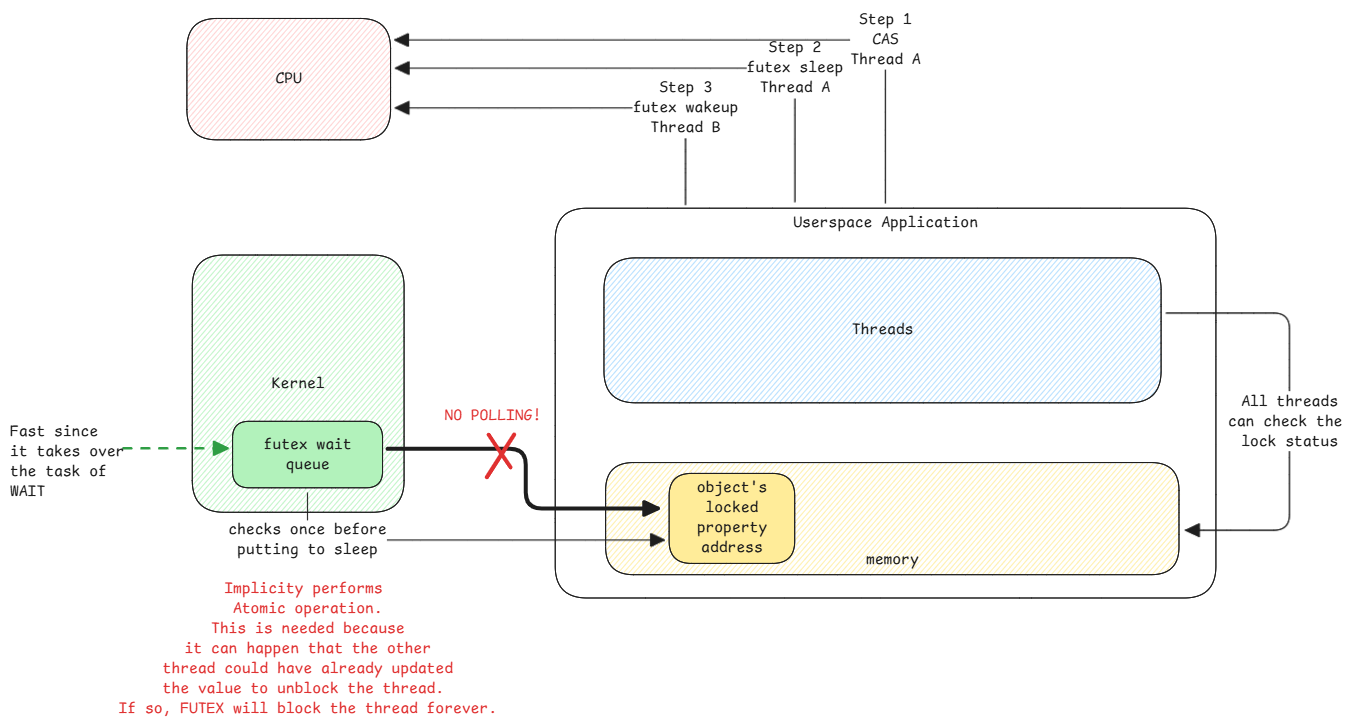
swaroopar/inprogress-engineer keeps this Excalidraw diagram as static/img/computers-threads-futex.excalidraw.png. Above is the earlier version. Source tidied: one line per element, renumbered; positions are measured from the earlier drawing's top-left corner, leaving out a move shared by most shapes.
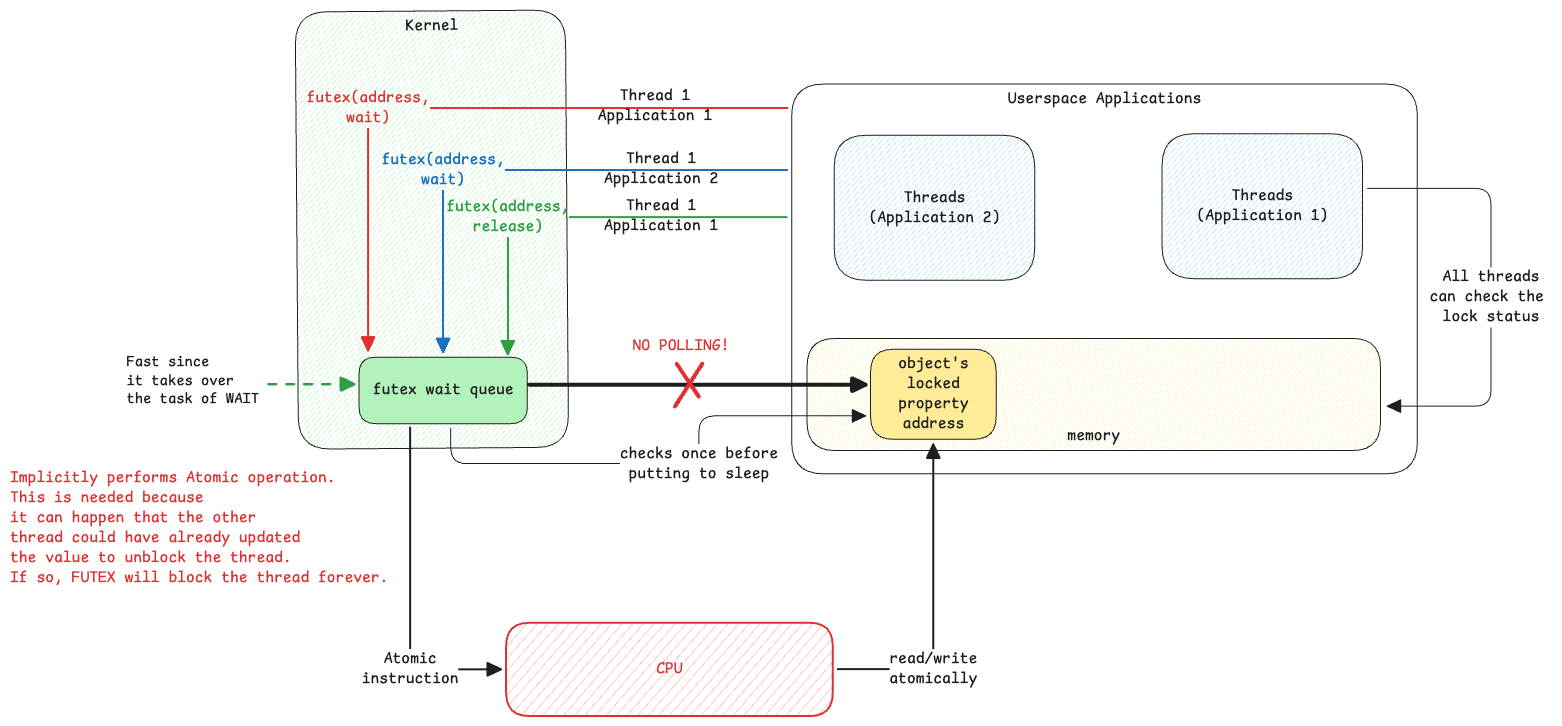
Above is the later version.

Diff of the diagram source:
```diff
@@ -1,31 +1,40 @@
-{"id": 0, "type": "rectangle", "strokeColor": "#1e1e1e", "strokeWidth": 1, "roughness": 0, "round": true, "x": 545, "y": 198, "width": 661, "height": 390}
+{"id": 0, "type": "rectangle", "strokeColor": "#1e1e1e", "strokeWidth": 1, "roughness": 0, "round": true, "x": 580, "y": 198, "width": 626, "height": 390}
-{"id": 1, "type": "text", "text": "Userspace Application", "strokeColor": "#1e1e1e", "strokeWidth": 1, "roughness": 0, "fontSize": 16, "fontFamily": 8, "textAlign": "center", "inside": 0, "x": 783, "y": 203, "width": 185, "height": 20}
+{"id": 1, "type": "text", "text": "Userspace Applications", "strokeColor": "#1e1e1e", "strokeWidth": 1, "roughness": 0, "fontSize": 16, "fontFamily": 8, "textAlign": "center", "inside": 0, "x": 796, "y": 203, "width": 194, "height": 20}
 {"id": 2, "type": "rectangle", "strokeColor": "#1e1e1e", "backgroundColor": "#ffec99", "fillStyle": "hachure", "strokeWidth": 1, "roughness": 0, "round": true, "x": 596, "y": 453, "width": 573, "height": 112}
 {"id": 3, "type": "text", "text": "memory", "strokeColor": "#1e1e1e", "strokeWidth": 1, "roughness": 0, "fontSize": 16, "fontFamily": 8, "textAlign": "center", "verticalAlign": "bottom", "inside": 2, "x": 856, "y": 540, "width": 53, "height": 20}
-{"id": 4, "type": "rectangle", "strokeColor": "#1e1e1e", "backgroundColor": "#b2f2bb", "fillStyle": "hachure", "strokeWidth": 1, "roughness": 0, "round": true, "x": 182, "y": 245, "width": 212, "height": 257}
+{"id": 4, "type": "rectangle", "strokeColor": "#1e1e1e", "angle": 6.28, "backgroundColor": "#b2f2bb", "fillStyle": "hachure", "strokeWidth": 1, "roughness": 0, "round": true, "x": 85, "y": 125, "width": 270, "height": 437}
-{"id": 5, "type": "text", "text": "Kernel", "strokeColor": "#1e1e1e", "strokeWidth": 1, "roughness": 0, "fontSize": 16, "fontFamily": 8, "textAlign": "center", "verticalAlign": "middle", "inside": 4, "x": 262, "y": 364, "width": 53, "height": 20}
+{"id": 5, "type": "text", "text": "Kernel", "strokeColor": "#1e1e1e", "angle": 6.28, "strokeWidth": 1, "roughness": 0, "fontSize": 16, "fontFamily": 8, "textAlign": "center", "inside": 4, "x": 194, "y": 130, "width": 53, "height": 20}
-{"id": 6, "type": "arrow", "strokeColor": "#1e1e1e", "strokeWidth": 1, "roughness": 0, "endArrowhead": "triangle", "from": 0, "to": 14, "x": 785, "y": 192, "width": 399, "height": 134, "points": [[0, 0], [0, -134], [-399, -134]]}
-{"id": 7, "type": "text", "text": "Step 2\nfutex sleep\nThread A", "strokeColor": "#1e1e1e", "strokeWidth": 1, "roughness": 0, "fontSize": 16, "fontFamily": 8, "textAlign": "center", "verticalAlign": "middle", "inside": 6, "x": 737, "y": 28, "width": 97, "height": 60}
-{"id": 8, "type": "rectangle", "strokeColor": "#1e1e1e", "backgroundColor": "#b2f2bb", "fillStyle": "solid", "strokeWidth": 1, "roughness": 0, "round": true, "x": 223, "y": 411, "width": 150, "height": 66}
+{"id": 8, "type": "rectangle", "strokeColor": "#1e1e1e", "backgroundColor": "#b2f2bb", "fillStyle": "solid", "strokeWidth": 1, "roughness": 0, "round": true, "x": 148, "y": 471, "width": 168, "height": 66}
-{"id": 9, "type": "text", "text": "futex wait\nqueue", "strokeColor": "#1e1e1e", "strokeWidth": 1, "roughness": 0, "fontSize": 16, "fontFamily": 8, "textAlign": "center", "verticalAlign": "middle", "inside": 8, "x": 254, "y": 425, "width": 88, "height": 40}
+{"id": 9, "type": "text", "text": "futex wait queue", "strokeColor": "#1e1e1e", "strokeWidth": 1, "roughness": 0, "fontSize": 16, "fontFamily": 8, "textAlign": "center", "verticalAlign": "middle", "inside": 8, "x": 161, "y": 495, "width": 141, "height": 20}
-{"id": 10, "type": "arrow", "strokeColor": "#1e1e1e", "strokeWidth": 1, "roughness": 0, "endArrowhead": "triangle", "from": 8, "to": 12, "x": 297, "y": 483, "width": 357, "height": 47, "points": [[0, 0], [0, 47], [357, 47]]}
+{"id": 10, "type": "arrow", "strokeColor": "#1e1e1e", "strokeWidth": 1, "roughness": 0, "endArrowhead": "triangle", "from": 8, "to": 12, "x": 239, "y": 543, "width": 415, "height": 48, "points": [[0, 0], [0, 35], [248, 35], [248, -13], [415, -13]]}
 {"id": 11, "type": "text", "text": "checks once before\nputting to sleep", "strokeColor": "#1e1e1e", "strokeWidth": 1, "roughness": 0, "fontSize": 16, "fontFamily": 8, "textAlign": "center", "verticalAlign": "middle", "inside": 10, "x": 218, "y": 510, "width": 158, "height": 40}
 {"id": 12, "type": "rectangle", "strokeColor": "#1e1e1e", "backgroundColor": "#ffec99", "fillStyle": "solid", "strokeWidth": 1, "roughness": 0, "round": true, "x": 659, "y": 463, "width": 126, "height": 90}
 {"id": 13, "type": "text", "text": "object's\nlocked\nproperty\naddress", "strokeColor": "#1e1e1e", "strokeWidth": 1, "roughness": 0, "fontSize": 16, "fontFamily": 8, "textAlign": "center", "verticalAlign": "middle", "inside": 12, "x": 687, "y": 468, "width": 70, "height": 80}
-{"id": 14, "type": "rectangle", "strokeColor": "#1e1e1e", "backgroundColor": "#ffc9c9", "fillStyle": "hachure", "strokeWidth": 1, "roughness": 0, "round": true, "x": 177, "y": 8, "width": 204, "height": 121}
-{"id": 15, "type": "text", "text": "CPU", "strokeColor": "#1e1e1e", "backgroundColor": "#ffc9c9", "fillStyle": "cross-hatch", "strokeWidth": 1, "roughness": 0, "fontSize": 16, "fontFamily": 8, "textAlign": "center", "verticalAlign": "middle", "inside": 14, "x": 266, "y": 59, "width": 26, "height": 20}
-{"id": 16, "type": "arrow", "strokeColor": "#1e1e1e", "strokeWidth": 1, "roughness": 0, "endArrowhead": "triangle", "from": 0, "to": 14, "x": 875, "y": 193, "width": 491, "height": 163, "points": [[0, 0], [0, -163], [-491, -163]]}
-{"id": 17, "type": "text", "text": "Step 1\nCAS\nThread A", "strokeColor": "#1e1e1e", "strokeWidth": 1, "roughness": 0, "fontSize": 16, "fontFamily": 8, "textAlign": "center", "verticalAlign": "middle", "inside": 16, "x": 840, "y": 0, "width": 70, "height": 60}
-{"id": 18, "type": "rectangle", "strokeColor": "#1e1e1e", "backgroundColor": "#a5d8ff", "fillStyle": "hachure", "strokeWidth": 1, "roughness": 0, "round": true, "x": 594, "y": 248, "width": 557, "height": 145}
+{"id": 18, "type": "rectangle", "strokeColor": "#1e1e1e", "backgroundColor": "#a5d8ff", "fillStyle": "hachure", "strokeWidth": 1, "roughness": 0, "round": true, "x": 951, "y": 248, "width": 200, "height": 145}
-{"id": 19, "type": "text", "text": "Threads", "strokeColor": "#1e1e1e", "backgroundColor": "#a5d8ff", "fillStyle": "hachure", "strokeWidth": 1, "roughness": 0, "fontSize": 16, "fontFamily": 8, "textAlign": "center", "verticalAlign": "middle", "inside": 18, "x": 842, "y": 310, "width": 62, "height": 20}
+{"id": 19, "type": "text", "text": "Threads\n(Application 1)", "strokeColor": "#1e1e1e", "backgroundColor": "#a5d8ff", "fillStyle": "hachure", "strokeWidth": 1, "roughness": 0, "fontSize": 16, "fontFamily": 8, "textAlign": "center", "verticalAlign": "middle", "inside": 18, "x": 985, "y": 300, "width": 132, "height": 40}
-{"id": 20, "type": "arrow", "strokeColor": "#1e1e1e", "backgroundColor": "#a5d8ff", "fillStyle": "hachure", "strokeWidth": 1, "roughness": 0, "endArrowhead": "triangle", "from": 18, "to": 2, "x": 1156, "y": 303, "width": 123, "height": 217, "points": [[0, 0], [123, 0], [123, 217], [20, 217]]}
+{"id": 20, "type": "arrow", "strokeColor": "#1e1e1e", "backgroundColor": "#a5d8ff", "fillStyle": "hachure", "strokeWidth": 1, "roughness": 0, "endArrowhead": "triangle", "from": 18, "to": 2, "x": 1156, "y": 303, "width": 123, "height": 218, "points": [[0, 0], [123, 0], [123, 218], [20, 218]]}
 {"id": 21, "type": "text", "text": "All threads\ncan check the \nlock status", "strokeColor": "#1e1e1e", "backgroundColor": "#a5d8ff", "fillStyle": "hachure", "strokeWidth": 1, "roughness": 0, "fontSize": 16, "fontFamily": 8, "textAlign": "center", "verticalAlign": "middle", "inside": 20, "x": 1218, "y": 382, "width": 123, "height": 60}
-{"id": 22, "type": "arrow", "strokeColor": "#2f9e44", "backgroundColor": "#a5d8ff", "fillStyle": "hachure", "strokeWidth": 2, "strokeStyle": "dashed", "roughness": 0, "endArrowhead": "triangle", "to": 8, "x": 113, "y": 438, "width": 104, "height": 0, "points": [[0, 0], [104, 0]]}
+{"id": 22, "type": "arrow", "strokeColor": "#2f9e44", "backgroundColor": "#a5d8ff", "fillStyle": "hachure", "strokeWidth": 2, "strokeStyle": "dashed", "roughness": 0, "endArrowhead": "triangle", "to": 8, "x": 57, "y": 498, "width": 86, "height": 0, "points": [[0, 0], [86, 0]]}
-{"id": 23, "type": "text", "text": "Fast since\nit takes over\nthe task of\nWAIT", "strokeColor": "#1e1e1e", "backgroundColor": "#a5d8ff", "fillStyle": "hachure", "strokeWidth": 2, "strokeStyle": "dashed", "roughness": 0, "fontSize": 16, "fontFamily": 8, "x": 0, "y": 412, "width": 114, "height": 80}
+{"id": 23, "type": "text", "text": "Fast since\nit takes over\nthe task of WAIT", "strokeColor": "#1e1e1e", "backgroundColor": "#a5d8ff", "fillStyle": "hachure", "strokeWidth": 2, "strokeStyle": "dashed", "roughness": 0, "fontSize": 15.07, "fontFamily": 8, "x": -85, "y": 467, "width": 133, "height": 57}
-{"id": 24, "type": "arrow", "strokeColor": "#1e1e1e", "backgroundColor": "#a5d8ff", "fillStyle": "hachure", "strokeWidth": 1, "roughness": 0, "endArrowhead": "triangle", "from": 0, "to": 14, "x": 676, "y": 195, "width": 290, "height": 97, "points": [[0, 0], [0, -97], [-290, -97]]}
-{"id": 25, "type": "text", "text": "Step 3\nfutex wakeup\nThread B", "strokeColor": "#1e1e1e", "backgroundColor": "#a5d8ff", "fillStyle": "hachure", "strokeWidth": 1, "roughness": 0, "fontSize": 16, "fontFamily": 8, "textAlign": "center", "verticalAlign": "middle", "inside": 24, "x": 623, "y": 68, "width": 106, "height": 60}
-{"id": 26, "type": "arrow", "strokeColor": "#1e1e1e", "backgroundColor": "#a5d8ff", "fillStyle": "hachure", "strokeWidth": 4, "roughness": 0, "endArrowhead": "triangle", "from": 8, "to": 12, "x": 378, "y": 439, "width": 270, "height": 60, "points": [[0, 0], [138, 0], [138, 60], [270, 60]]}
+{"id": 26, "type": "arrow", "strokeColor": "#1e1e1e", "backgroundColor": "#a5d8ff", "fillStyle": "hachure", "strokeWidth": 4, "roughness": 0, "endArrowhead": "triangle", "from": 8, "to": 12, "x": 318, "y": 499, "width": 336, "height": 0, "points": [[0, 0], [336, 0]]}
-{"id": 27, "type": "line", "strokeColor": "#e03131", "backgroundColor": "#a5d8ff", "fillStyle": "hachure", "strokeWidth": 4, "roughness": 0, "round": true, "x": 504, "y": 424, "width": 27, "height": 43, "points": [[0, 0], [-27, 43]]}
+{"id": 27, "type": "line", "strokeColor": "#e03131", "backgroundColor": "#a5d8ff", "fillStyle": "hachure", "strokeWidth": 4, "roughness": 0, "round": true, "x": 491, "y": 478, "width": 27, "height": 43, "points": [[0, 0], [-27, 43]]}
-{"id": 28, "type": "line", "strokeColor": "#e03131", "backgroundColor": "#a5d8ff", "fillStyle": "hachure", "strokeWidth": 4, "roughness": 0, "round": true, "x": 479, "y": 425, "width": 22, "height": 33, "points": [[0, 0], [22, 33]]}
+{"id": 28, "type": "line", "strokeColor": "#e03131", "backgroundColor": "#a5d8ff", "fillStyle": "hachure", "strokeWidth": 4, "roughness": 0, "round": true, "x": 465, "y": 478, "width": 22, "height": 33, "points": [[0, 0], [22, 33]]}
-{"id": 29, "type": "text", "text": "NO POLLING!", "strokeColor": "#e03131", "backgroundColor": "#a5d8ff", "fillStyle": "hachure", "strokeWidth": 4, "roughness": 0, "fontSize": 16, "fontFamily": 8, "x": 434, "y": 396, "width": 97, "height": 20}
+{"id": 29, "type": "text", "text": "NO POLLING!", "strokeColor": "#e03131", "backgroundColor": "#a5d8ff", "fillStyle": "hachure", "strokeWidth": 4, "roughness": 0, "fontSize": 16, "fontFamily": 8, "x": 421, "y": 450, "width": 97, "height": 20}
-{"id": 30, "type": "text", "text": "Implicity performs \nAtomic operation.\nThis is needed because\nit can happen that the other\nthread could have already updated\nthe value to unblock the thread. \nIf so, FUTEX will block the thread forever.", "strokeColor": "#e03131", "strokeWidth": 2, "roughness": 1, "fontSize": 16, "fontFamily": 8, "textAlign": "center", "x": 109, "y": 569, "width": 378, "height": 140}
+{"id": 30, "type": "text", "text": "Implicitly performs Atomic operation.\nThis is needed because\nit can happen that the other\nthread could have already updated\nthe value to unblock the thread. \nIf so, FUTEX will block the thread forever.", "strokeColor": "#e03131", "strokeWidth": 2, "roughness": 1, "fontSize": 16, "fontFamily": 8, "x": -201, "y": 582, "width": 378, "height": 120}
+{"id": 31, "type": "arrow", "strokeColor": "#e03131", "strokeWidth": 2, "roughness": 0, "endArrowhead": "triangle", "from": 0, "to": 8, "x": 576, "y": 222, "width": 419, "height": 243, "points": [[0, 0], [-419, 0], [-419, 243]]}
+{"id": 32, "type": "text", "text": "futex(address,\nwait)", "strokeColor": "#e03131", "strokeWidth": 1, "roughness": 0, "fontSize": 16, "fontFamily": 8, "textAlign": "center", "verticalAlign": "middle", "inside": 31, "x": 134, "y": 202, "width": 123, "height": 40}
+{"id": 33, "type": "text", "text": "Thread 1\nApplication 1", "strokeColor": "#1e1e1e", "strokeWidth": 1, "roughness": 0, "fontSize": 16, "fontFamily": 8, "textAlign": "center", "x": 386, "y": 200, "width": 114, "height": 40}
+{"id": 34, "type": "rectangle", "strokeColor": "#1e1e1e", "backgroundColor": "#a5d8ff", "fillStyle": "hachure", "strokeWidth": 1, "roughness": 0, "round": true, "x": 623, "y": 249, "width": 200, "height": 145}
+{"id": 35, "type": "text", "text": "Threads\n(Application 2)", "strokeColor": "#1e1e1e", "backgroundColor": "#a5d8ff", "fillStyle": "hachure", "strokeWidth": 1, "roughness": 0, "fontSize": 16, "fontFamily": 8, "textAlign": "center", "verticalAlign": "middle", "inside": 34, "x": 657, "y": 302, "width": 132, "height": 40}
+{"id": 36, "type": "arrow", "strokeColor": "#1971c2", "strokeWidth": 2, "roughness": 0, "endArrowhead": "triangle", "from": 0, "to": 8, "x": 575, "y": 284, "width": 344, "height": 182, "points": [[0, 0], [-344, 0], [-344, 182]]}
+{"id": 37, "type": "text", "text": "futex(address,\nwait)", "strokeColor": "#1971c2", "strokeWidth": 1, "roughness": 0, "fontSize": 16, "fontFamily": 8, "textAlign": "center", "verticalAlign": "middle", "inside": 36, "x": 170, "y": 264, "width": 123, "height": 40}
+{"id": 38, "type": "text", "text": "Thread 1\nApplication 2", "strokeColor": "#1e1e1e", "strokeWidth": 1, "roughness": 0, "fontSize": 16, "fontFamily": 8, "textAlign": "center", "x": 392, "y": 264, "width": 114, "height": 40}
+{"id": 39, "type": "arrow", "strokeColor": "#2f9e44", "strokeWidth": 2, "roughness": 0, "endArrowhead": "triangle", "from": 0, "to": 8, "x": 575, "y": 331, "width": 279, "height": 137, "points": [[0, 0], [-279, 0], [-279, 137]]}
+{"id": 40, "type": "text", "text": "futex(address,\nrelease)", "strokeColor": "#2f9e44", "strokeWidth": 1, "roughness": 0, "fontSize": 16, "fontFamily": 8, "textAlign": "center", "verticalAlign": "middle", "inside": 39, "x": 235, "y": 311, "width": 123, "height": 40}
+{"id": 41, "type": "text", "text": "Thread 1\nApplication 1", "strokeColor": "#1e1e1e", "strokeWidth": 1, "roughness": 0, "fontSize": 16, "fontFamily": 8, "textAlign": "center", "x": 392, "y": 310, "width": 114, "height": 40}
+{"id": 42, "type": "rectangle", "strokeColor": "#e03131", "backgroundColor": "#ffc9c9", "fillStyle": "hachure", "strokeWidth": 2, "roughness": 0, "round": true, "x": 295, "y": 737, "width": 327, "height": 93}
+{"id": 15, "type": "text", "text": "CPU", "strokeColor": "#e03131", "strokeWidth": 2, "roughness": 0, "fontSize": 16, "fontFamily": 8, "textAlign": "center", "verticalAlign": "middle", "inside": 42, "x": 445, "y": 774, "width": 26, "height": 20}
+{"id": 43, "type": "arrow", "strokeColor": "#1e1e1e", "strokeWidth": 2, "roughness": 0, "endArrowhead": "triangle", "from": 8, "to": 42, "x": 199, "y": 542, "width": 91, "height": 242, "points": [[0, 0], [0, 242], [91, 242]]}
+{"id": 44, "type": "text", "text": "Atomic\ninstruction", "strokeColor": "#1e1e1e", "backgroundColor": "#ffc9c9", "fillStyle": "hachure", "strokeWidth": 2, "roughness": 0, "fontSize": 16, "fontFamily": 8, "textAlign": "center", "verticalAlign": "middle", "inside": 43, "x": 150, "y": 763, "width": 97, "height": 40}
+{"id": 45, "type": "arrow", "strokeColor": "#1e1e1e", "strokeWidth": 2, "roughness": 0, "endArrowhead": "triangle", "from": 42, "to": 12, "x": 626, "y": 783, "width": 96, "height": 225, "points": [[0, 0], [96, 0], [96, -225]]}
+{"id": 46, "type": "text", "text": "read/write\natomically", "strokeColor": "#1e1e1e", "backgroundColor": "#ffc9c9", "fillStyle": "hachure", "strokeWidth": 2, "roughness": 0, "fontSize": 16, "fontFamily": 8, "textAlign": "center", "verticalAlign": "middle", "inside": 45, "x": 678, "y": 763, "width": 88, "height": 40}
```
